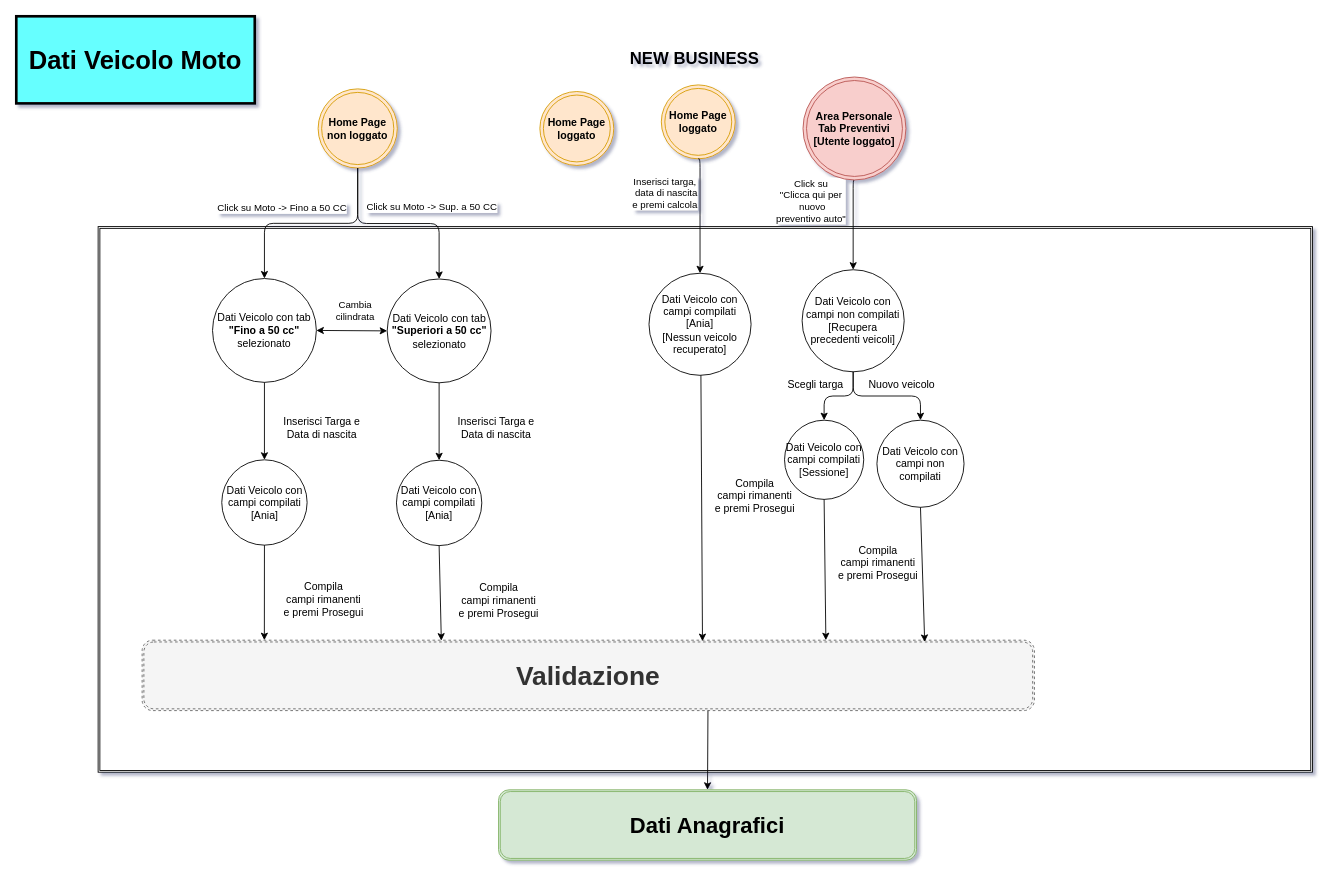
This is Dati Veicolo Moto.drawio from kaito93/Quixa, a draw.io file, before an edit. Source tidied: cells renumbered, new cells numbered last; positions are measured from the earlier drawing's top-left corner, leaving out a move shared by most shapes. Both pictures are drawn from the tidied source at 88%, with x=0, y=0 at pixel (16, 16).
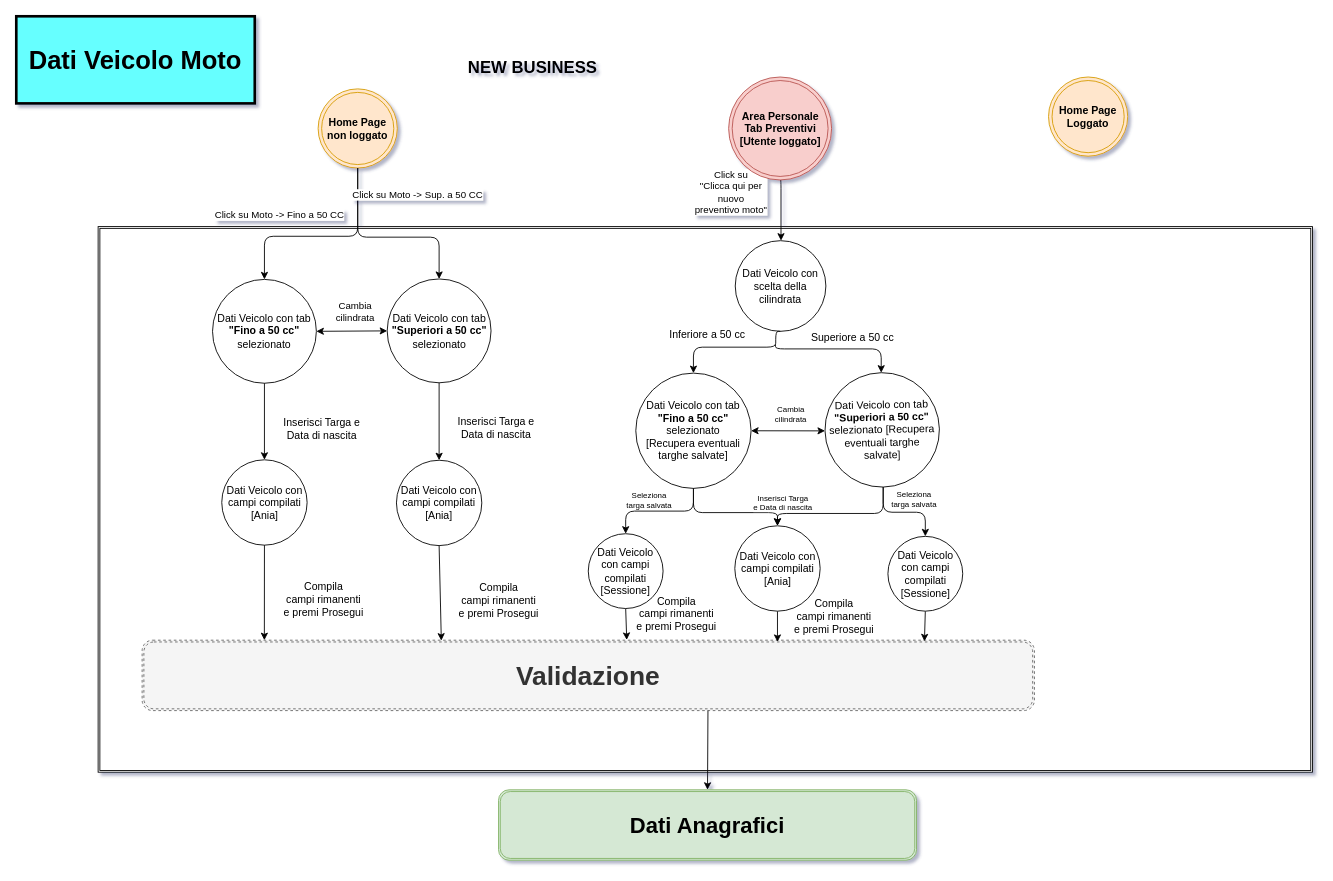
Above is the later version.

Unchanged cells that the change refers to:
```xml
<mxCell id="3" value="&lt;b&gt;Home Page&lt;br&gt;non loggato&lt;/b&gt;&lt;br&gt;" style="ellipse;shape=doubleEllipse;whiteSpace=wrap;html=1;fillColor=#ffe6cc;strokeColor=#d79b00;" parent="1" vertex="1">
  <mxGeometry x="343" y="82.5" width="90" height="90" as="geometry" />
</mxCell>
<mxCell id="11" value="&lt;b&gt;&lt;font style=&quot;font-size: 30px&quot;&gt;Validazione&lt;/font&gt;&lt;/b&gt;" style="shape=ext;double=1;rounded=1;whiteSpace=wrap;html=1;strokeColor=#666666;dashed=1;shadow=0;glass=0;comic=0;fillColor=#f5f5f5;fontColor=#333333;" parent="1" vertex="1">
  <mxGeometry x="143" y="709" width="1014" height="80" as="geometry" />
</mxCell>
<mxCell id="34" value="Dati Veicolo con tab &lt;b&gt;&quot;Superiori a 50 cc&quot; &lt;/b&gt;selezionato&lt;br&gt;" style="ellipse;whiteSpace=wrap;html=1;" parent="1" vertex="1">
  <mxGeometry x="421.5" y="298.5" width="118" height="118" as="geometry" />
</mxCell>
```

The edit, as a diff of the source:
```diff
@@
     <mxCell id="4" value="Dati Veicolo con tab &lt;b&gt;&quot;Fino a 50 cc&quot; &lt;/b&gt;selezionato&lt;br&gt;" style="ellipse;whiteSpace=wrap;html=1;" parent="1" vertex="1">
-      <mxGeometry x="223" y="298" width="118" height="118" as="geometry" />
+      <mxGeometry x="223" y="299" width="118" height="118" as="geometry" />
     </mxCell>
-    <mxCell id="5" value="&lt;b&gt;Home Page&lt;br&gt;loggato&lt;/b&gt;&lt;br&gt;" style="ellipse;shape=doubleEllipse;whiteSpace=wrap;html=1;fillColor=#ffe6cc;strokeColor=#d79b00;" parent="1" vertex="1">
-      <mxGeometry x="733" y="78" width="84" height="84" as="geometry" />
-    </mxCell>
-    <mxCell id="6" value="Inserisci targa,&lt;br&gt;&amp;nbsp;data di nascita&lt;br&gt;e premi calcola&lt;br&gt;" style="edgeStyle=elbowEdgeStyle;elbow=horizontal;endArrow=classic;html=1;exitX=0.5;exitY=1;exitDx=0;exitDy=0;entryX=0.5;entryY=0;entryDx=0;entryDy=0;" parent="1" edge="1" source="5" target="7">
-      <mxGeometry x="-0.23" y="-41" relative="1" as="geometry">
-        <Array as="points">
-          <mxPoint x="777" y="227" />
-          <mxPoint x="593" y="247" />
-        </Array>
-        <mxPoint x="1" y="-10" as="offset" />
-      </mxGeometry>
-    </mxCell>
-    <mxCell id="7" value="Dati Veicolo con campi compilati&lt;br&gt;[Ania]&lt;br&gt;[Nessun veicolo recuperato]&lt;br&gt;" style="ellipse;whiteSpace=wrap;html=1;" parent="1" vertex="1">
-      <mxGeometry x="719" y="292" width="116" height="116" as="geometry" />
-    </mxCell>
-    <mxCell id="8" value="Click su &lt;br&gt;&quot;Clicca qui per&lt;br&gt;&amp;nbsp;nuovo &lt;br&gt;preventivo auto&quot;&lt;br&gt;" style="edgeStyle=elbowEdgeStyle;elbow=horizontal;endArrow=classic;html=1;exitX=0.5;exitY=1;exitDx=0;exitDy=0;entryX=0.5;entryY=0;entryDx=0;entryDy=0;" parent="1" edge="1" source="20" target="9">
-      <mxGeometry x="-0.13" y="-52" relative="1" as="geometry">
-        <Array as="points">
-          <mxPoint x="951" y="237" />
-        </Array>
-        <mxPoint x="4" y="-20" as="offset" />
-      </mxGeometry>
-    </mxCell>
-    <mxCell id="9" value="Dati Veicolo con campi non compilati&lt;br&gt;[Recupera precedenti veicoli]&lt;br&gt;" style="ellipse;whiteSpace=wrap;html=1;" parent="1" vertex="1">
-      <mxGeometry x="893" y="288" width="116" height="116" as="geometry" />
+    <mxCell id="9" value="Dati Veicolo con scelta della cilindrata&lt;br&gt;" style="ellipse;whiteSpace=wrap;html=1;" parent="1" vertex="1">
+      <mxGeometry x="817" y="255" width="103" height="103" as="geometry" />
     </mxCell>
     <mxCell id="10" value="&lt;b&gt;&lt;font style=&quot;font-size: 19px&quot;&gt;NEW BUSINESS&lt;/font&gt;&lt;/b&gt;" style="text;html=1;strokeColor=none;fillColor=none;align=center;verticalAlign=middle;whiteSpace=wrap;rounded=0;" parent="1" vertex="1">
-      <mxGeometry x="679" y="39" width="184" height="20" as="geometry" />
+      <mxGeometry x="495" y="49" width="184" height="20" as="geometry" />
     </mxCell>
@@
-    <mxCell id="14" style="endArrow=classic;html=1;exitX=0.5;exitY=1;exitDx=0;exitDy=0;entryX=0.628;entryY=0.013;entryDx=0;entryDy=0;entryPerimeter=0;" parent="1" edge="1" target="11">
-      <mxGeometry relative="1" as="geometry">
-        <mxPoint x="778" y="408" as="sourcePoint" />
-      </mxGeometry>
-    </mxCell>
-    <mxCell id="15" value="Compila &lt;br&gt;campi rimanenti &lt;br&gt;e premi Prosegui" style="text;html=1;align=center;verticalAlign=middle;labelBackgroundColor=#ffffff;" parent="14" vertex="1">
-      <mxGeometry x="-0.08" y="2" relative="1" as="geometry">
-        <mxPoint x="57.5" y="-2" as="offset" />
-      </mxGeometry>
-    </mxCell>
-    <mxCell id="16" style="endArrow=classic;html=1;exitX=0.5;exitY=1;exitDx=0;exitDy=0;entryX=0.5;entryY=0;entryDx=0;entryDy=0;edgeStyle=orthogonalEdgeStyle;" parent="1" edge="1" source="9" target="22">
-      <mxGeometry relative="1" as="geometry" />
+    <mxCell id="16" style="endArrow=classic;html=1;exitX=0.5;exitY=1;exitDx=0;exitDy=0;edgeStyle=orthogonalEdgeStyle;entryX=0.5;entryY=0;entryDx=0;entryDy=0;" parent="1" edge="1" source="9" target="42">
+      <mxGeometry relative="1" as="geometry">
+        <Array as="points">
+          <mxPoint x="863" y="376" />
+          <mxPoint x="770" y="376" />
+        </Array>
+      </mxGeometry>
     </mxCell>
-    <mxCell id="17" value="Scegli targa" style="text;html=1;align=center;verticalAlign=middle;labelBackgroundColor=#ffffff;" parent="16" vertex="1">
+    <mxCell id="17" value="Inferiore a 50 cc" style="text;html=1;align=center;verticalAlign=middle;labelBackgroundColor=#ffffff;" parent="16" vertex="1">
       <mxGeometry x="-0.08" y="2" relative="1" as="geometry">
-        <mxPoint x="-31" y="-15" as="offset" />
+        <mxPoint x="-35" y="-16.5" as="offset" />
       </mxGeometry>
     </mxCell>
@@
-    <mxCell id="20" value="&lt;b&gt;Area Personale&lt;br&gt;Tab Preventivi&lt;br&gt;[Utente loggato]&lt;/b&gt;&lt;br&gt;" style="ellipse;shape=doubleEllipse;whiteSpace=wrap;html=1;fillColor=#f8cecc;strokeColor=#b85450;" parent="1" vertex="1">
-      <mxGeometry x="894" y="69" width="117" height="117" as="geometry" />
-    </mxCell>
-    <mxCell id="21" value="&lt;b&gt;Home Page&lt;br&gt;loggato&lt;/b&gt;&lt;br&gt;" style="ellipse;shape=doubleEllipse;whiteSpace=wrap;html=1;fillColor=#ffe6cc;strokeColor=#d79b00;" parent="1" vertex="1">
-      <mxGeometry x="595" y="85.5" width="84" height="84" as="geometry" />
-    </mxCell>
-    <mxCell id="22" value="Dati Veicolo con campi compilati&lt;br&gt;[Sessione]&lt;br&gt;" style="ellipse;whiteSpace=wrap;html=1;" parent="1" vertex="1">
-      <mxGeometry x="873" y="459" width="90" height="90" as="geometry" />
-    </mxCell>
-    <mxCell id="23" value="Dati Veicolo con campi non compilati&lt;br&gt;" style="ellipse;whiteSpace=wrap;html=1;" parent="1" vertex="1">
-      <mxGeometry x="978" y="459" width="99" height="99" as="geometry" />
-    </mxCell>
-    <mxCell id="24" style="endArrow=classic;html=1;exitX=0.5;exitY=1;exitDx=0;exitDy=0;entryX=0.5;entryY=0;entryDx=0;entryDy=0;edgeStyle=orthogonalEdgeStyle;" parent="1" edge="1" source="9" target="23">
-      <mxGeometry relative="1" as="geometry" />
+    <mxCell id="24" style="endArrow=classic;html=1;exitX=0.5;exitY=1;exitDx=0;exitDy=0;edgeStyle=orthogonalEdgeStyle;entryX=0.5;entryY=0;entryDx=0;entryDy=0;" parent="1" edge="1" target="43">
+      <mxGeometry relative="1" as="geometry">
+        <mxPoint x="862.8" y="373" as="sourcePoint" />
+        <Array as="points">
+          <mxPoint x="863" y="378" />
+          <mxPoint x="983" y="378" />
+        </Array>
+      </mxGeometry>
     </mxCell>
-    <mxCell id="25" value="Nuovo veicolo" style="text;html=1;align=center;verticalAlign=middle;labelBackgroundColor=#ffffff;" parent="24" vertex="1">
+    <mxCell id="25" value="Superiore a 50 cc" style="text;html=1;align=center;verticalAlign=middle;labelBackgroundColor=#ffffff;" parent="24" vertex="1">
       <mxGeometry x="-0.08" y="2" relative="1" as="geometry">
         <mxPoint x="22" y="-11" as="offset" />
       </mxGeometry>
     </mxCell>
-    <mxCell id="26" style="endArrow=classic;html=1;exitX=0.5;exitY=1;exitDx=0;exitDy=0;" parent="1" edge="1" source="22">
-      <mxGeometry relative="1" as="geometry">
-        <mxPoint x="920" y="709" as="targetPoint" />
-      </mxGeometry>
-    </mxCell>
-    <mxCell id="27" value="Compila &lt;br&gt;campi rimanenti &lt;br&gt;e premi Prosegui" style="text;html=1;align=center;verticalAlign=middle;labelBackgroundColor=#ffffff;" parent="26" vertex="1">
-      <mxGeometry x="-0.08" y="2" relative="1" as="geometry">
-        <mxPoint x="57.5" y="-2" as="offset" />
-      </mxGeometry>
-    </mxCell>
-    <mxCell id="28" style="endArrow=classic;html=1;exitX=0.5;exitY=1;exitDx=0;exitDy=0;entryX=0.877;entryY=0.025;entryDx=0;entryDy=0;entryPerimeter=0;" parent="1" edge="1" source="23" target="11">
-      <mxGeometry relative="1" as="geometry" />
-    </mxCell>
@@
     <mxCell id="30" value="Click su Moto -&amp;gt; Fino a 50 CC" style="endArrow=classic;html=1;labelBackgroundColor=#ffffff;strokeColor=#000000;fontColor=#000000;exitX=0.5;exitY=1;exitDx=0;exitDy=0;entryX=0.5;entryY=0;entryDx=0;entryDy=0;edgeStyle=orthogonalEdgeStyle;" parent="1" edge="1" source="3" target="4">
-      <mxGeometry x="0.29" y="-17" relative="1" as="geometry" />
+      <mxGeometry x="0.44" y="-24" relative="1" as="geometry">
+        <Array as="points">
+          <mxPoint x="388" y="250" />
+          <mxPoint x="282" y="250" />
+        </Array>
+      </mxGeometry>
     </mxCell>
@@
     <mxCell id="37" value="Click su Moto -&amp;gt; Sup. a 50 CC" style="endArrow=classic;html=1;labelBackgroundColor=#ffffff;strokeColor=#000000;fontColor=#000000;exitX=0.5;exitY=1;exitDx=0;exitDy=0;entryX=0.5;entryY=0;entryDx=0;entryDy=0;edgeStyle=orthogonalEdgeStyle;" parent="1" edge="1" source="3" target="34">
-      <mxGeometry x="0.35" y="19" relative="1" as="geometry" />
+      <mxGeometry x="0.56" y="24" relative="1" as="geometry">
+        <Array as="points">
+          <mxPoint x="388" y="251" />
+          <mxPoint x="481" y="251" />
+        </Array>
+        <mxPoint x="-24" y="-24" as="offset" />
+      </mxGeometry>
     </mxCell>
@@
+    <mxCell id="42" value="Dati Veicolo con tab &lt;b&gt;&quot;Fino a 50 cc&quot; &lt;/b&gt;selezionato&lt;br&gt;[Recupera eventuali targhe salvate]&lt;br&gt;" style="ellipse;whiteSpace=wrap;html=1;" parent="1" vertex="1">
+      <mxGeometry x="704" y="405.5" width="131" height="131" as="geometry" />
+    </mxCell>
+    <mxCell id="43" value="Dati Veicolo con tab &lt;b&gt;&quot;Superiori a 50 cc&quot; &lt;/b&gt;selezionato [Recupera eventuali targhe salvate]&lt;br&gt;" style="ellipse;whiteSpace=wrap;html=1;rotation=-1;" parent="1" vertex="1">
+      <mxGeometry x="919" y="405" width="130" height="130" as="geometry" />
+    </mxCell>
+    <mxCell id="44" style="endArrow=classic;html=1;exitX=0.5;exitY=1;exitDx=0;exitDy=0;entryX=0.5;entryY=0;entryDx=0;entryDy=0;edgeStyle=orthogonalEdgeStyle;" parent="1" edge="1" source="42" target="49">
+      <mxGeometry relative="1" as="geometry">
+        <Array as="points">
+          <mxPoint x="770" y="564" />
+          <mxPoint x="865" y="564" />
+        </Array>
+      </mxGeometry>
+    </mxCell>
+    <mxCell id="45" value="Inserisci Targa &lt;br&gt;e Data di nascita" style="text;html=1;align=center;verticalAlign=middle;labelBackgroundColor=#ffffff;spacing=2;fontSize=9;" parent="44" vertex="1">
+      <mxGeometry x="-0.08" y="2" relative="1" as="geometry">
+        <mxPoint x="65.5" y="-9.5" as="offset" />
+      </mxGeometry>
+    </mxCell>
+    <mxCell id="46" style="endArrow=classic;html=1;exitX=0.5;exitY=1;exitDx=0;exitDy=0;" parent="1" edge="1" source="49">
+      <mxGeometry relative="1" as="geometry">
+        <mxPoint x="865" y="711" as="targetPoint" />
+      </mxGeometry>
+    </mxCell>
+    <mxCell id="47" value="Compila &lt;br&gt;campi rimanenti &lt;br&gt;e premi Prosegui" style="text;html=1;align=center;verticalAlign=middle;labelBackgroundColor=#ffffff;" parent="46" vertex="1">
+      <mxGeometry x="-0.32" y="-4" relative="1" as="geometry">
+        <mxPoint x="67" y="-7" as="offset" />
+      </mxGeometry>
+    </mxCell>
+    <mxCell id="48" style="endArrow=classic;html=1;labelBackgroundColor=#ffffff;strokeColor=#000000;fontColor=#000000;exitX=0.5;exitY=1;exitDx=0;exitDy=0;entryX=0.5;entryY=0;entryDx=0;entryDy=0;edgeStyle=orthogonalEdgeStyle;" parent="1" edge="1" source="43" target="49">
+      <mxGeometry relative="1" as="geometry">
+        <Array as="points">
+          <mxPoint x="986" y="565" />
+          <mxPoint x="865" y="565" />
+        </Array>
+      </mxGeometry>
+    </mxCell>
+    <mxCell id="49" value="Dati Veicolo con campi compilati [Ania]" style="ellipse;whiteSpace=wrap;html=1;fontColor=#000000;" parent="1" vertex="1">
+      <mxGeometry x="816.5" y="579" width="97" height="97" as="geometry" />
+    </mxCell>
+    <mxCell id="50" value="Cambia&lt;br&gt;cilindrata&lt;br&gt;" style="endArrow=classic;startArrow=classic;html=1;labelBackgroundColor=#ffffff;strokeColor=#000000;fontSize=9;fontColor=#000000;exitX=1;exitY=0.5;exitDx=0;exitDy=0;entryX=0;entryY=0.5;entryDx=0;entryDy=0;" parent="1" edge="1" source="42" target="43">
+      <mxGeometry x="0.08" y="19" relative="1" as="geometry" />
+    </mxCell>
+    <mxCell id="51" style="endArrow=classic;html=1;labelBackgroundColor=#ffffff;strokeColor=#000000;fontSize=9;fontColor=#000000;exitX=0.5;exitY=1;exitDx=0;exitDy=0;entryX=0.5;entryY=0;entryDx=0;entryDy=0;edgeStyle=orthogonalEdgeStyle;" parent="1" edge="1" source="42" target="55">
+      <mxGeometry relative="1" as="geometry" />
+    </mxCell>
+    <mxCell id="52" value="Seleziona &lt;br&gt;targa salvata" style="text;html=1;align=center;verticalAlign=middle;labelBackgroundColor=#ffffff;fontSize=9;fontColor=#000000;" parent="51" vertex="1">
+      <mxGeometry x="0.13" y="-1" relative="1" as="geometry">
+        <mxPoint x="-3.5" y="-12" as="offset" />
+      </mxGeometry>
+    </mxCell>
+    <mxCell id="53" style="endArrow=classic;html=1;exitX=0.5;exitY=1;exitDx=0;exitDy=0;entryX=0.645;entryY=-0.002;entryDx=0;entryDy=0;entryPerimeter=0;" parent="1" edge="1" source="55">
+      <mxGeometry relative="1" as="geometry">
+        <mxPoint x="693.7" y="708.7" as="targetPoint" />
+      </mxGeometry>
+    </mxCell>
+    <mxCell id="54" value="Compila &lt;br&gt;campi rimanenti &lt;br&gt;e premi Prosegui" style="text;html=1;align=center;verticalAlign=middle;labelBackgroundColor=#ffffff;" parent="53" vertex="1">
+      <mxGeometry x="-0.32" y="-4" relative="1" as="geometry">
+        <mxPoint x="61" y="-7" as="offset" />
+      </mxGeometry>
+    </mxCell>
+    <mxCell id="55" value="&lt;font style=&quot;font-size: 12px&quot;&gt;Dati Veicolo con campi compilati [Sessione]&lt;/font&gt;" style="ellipse;whiteSpace=wrap;html=1;fontSize=9;fontColor=#000000;" parent="1" vertex="1">
+      <mxGeometry x="650" y="588" width="85" height="85" as="geometry" />
+    </mxCell>
+    <mxCell id="56" style="endArrow=classic;html=1;labelBackgroundColor=#ffffff;strokeColor=#000000;fontSize=9;fontColor=#000000;exitX=0.5;exitY=1;exitDx=0;exitDy=0;entryX=0.5;entryY=0;entryDx=0;entryDy=0;edgeStyle=orthogonalEdgeStyle;" parent="1" edge="1" source="43" target="59">
+      <mxGeometry relative="1" as="geometry" />
+    </mxCell>
+    <mxCell id="57" value="Seleziona &lt;br&gt;targa salvata" style="text;html=1;align=center;verticalAlign=middle;labelBackgroundColor=#ffffff;fontSize=9;fontColor=#000000;" parent="56" vertex="1">
+      <mxGeometry x="0.13" y="-1" relative="1" as="geometry">
+        <mxPoint x="4" y="-16" as="offset" />
+      </mxGeometry>
+    </mxCell>
+    <mxCell id="58" style="endArrow=classic;html=1;exitX=0.5;exitY=1;exitDx=0;exitDy=0;entryX=0.98;entryY=0.025;entryDx=0;entryDy=0;entryPerimeter=0;" parent="1" edge="1" source="59">
+      <mxGeometry relative="1" as="geometry">
+        <mxPoint x="1032" y="710.3" as="targetPoint" />
+      </mxGeometry>
+    </mxCell>
+    <mxCell id="59" value="&lt;font style=&quot;font-size: 12px&quot;&gt;Dati Veicolo con campi compilati [Sessione]&lt;/font&gt;" style="ellipse;whiteSpace=wrap;html=1;fontSize=9;fontColor=#000000;" parent="1" vertex="1">
+      <mxGeometry x="990.5" y="591" width="85" height="85" as="geometry" />
+    </mxCell>
+    <mxCell id="60" value="&lt;b&gt;Home Page&lt;br&gt;Loggato&lt;/b&gt;&lt;br&gt;" style="ellipse;shape=doubleEllipse;whiteSpace=wrap;html=1;fillColor=#ffe6cc;strokeColor=#d79b00;" parent="1" vertex="1">
+      <mxGeometry x="1173" y="69" width="90" height="90" as="geometry" />
+    </mxCell>
+    <mxCell id="8" value="Click su&lt;br&gt;&quot;Clicca qui per &lt;br&gt;nuovo &lt;br&gt;preventivo moto&quot;&lt;br&gt;" style="edgeStyle=elbowEdgeStyle;elbow=horizontal;endArrow=classic;html=1;entryX=0.5;entryY=0;entryDx=0;entryDy=0;exitX=0.5;exitY=1;exitDx=0;exitDy=0;" parent="1" edge="1" source="20" target="9">
+      <mxGeometry x="-0.57" y="-57" relative="1" as="geometry">
+        <Array as="points">
+          <mxPoint x="869" y="221" />
+        </Array>
+      </mxGeometry>
+    </mxCell>
+    <mxCell id="20" value="&lt;b&gt;Area Personale&lt;br&gt;Tab Preventivi&lt;br&gt;[Utente loggato]&lt;/b&gt;&lt;br&gt;" style="ellipse;shape=doubleEllipse;whiteSpace=wrap;html=1;fillColor=#f8cecc;strokeColor=#b85450;" parent="1" vertex="1">
+      <mxGeometry x="809.5" y="69" width="117" height="117" as="geometry" />
+    </mxCell>
```
